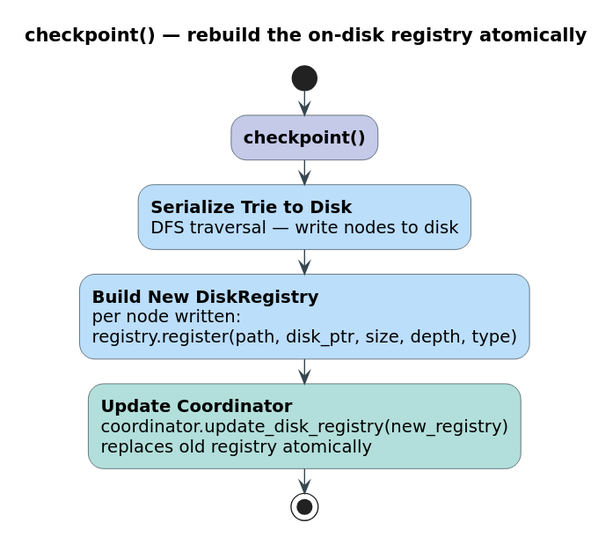
This is docs/diagrams/eviction-checkpoint-flow.svg from vinary-tree/libdictenstein, a PlantUML export, as it was before one commit. Its source is kept beside it as docs/diagrams/src/eviction-checkpoint-flow.puml.
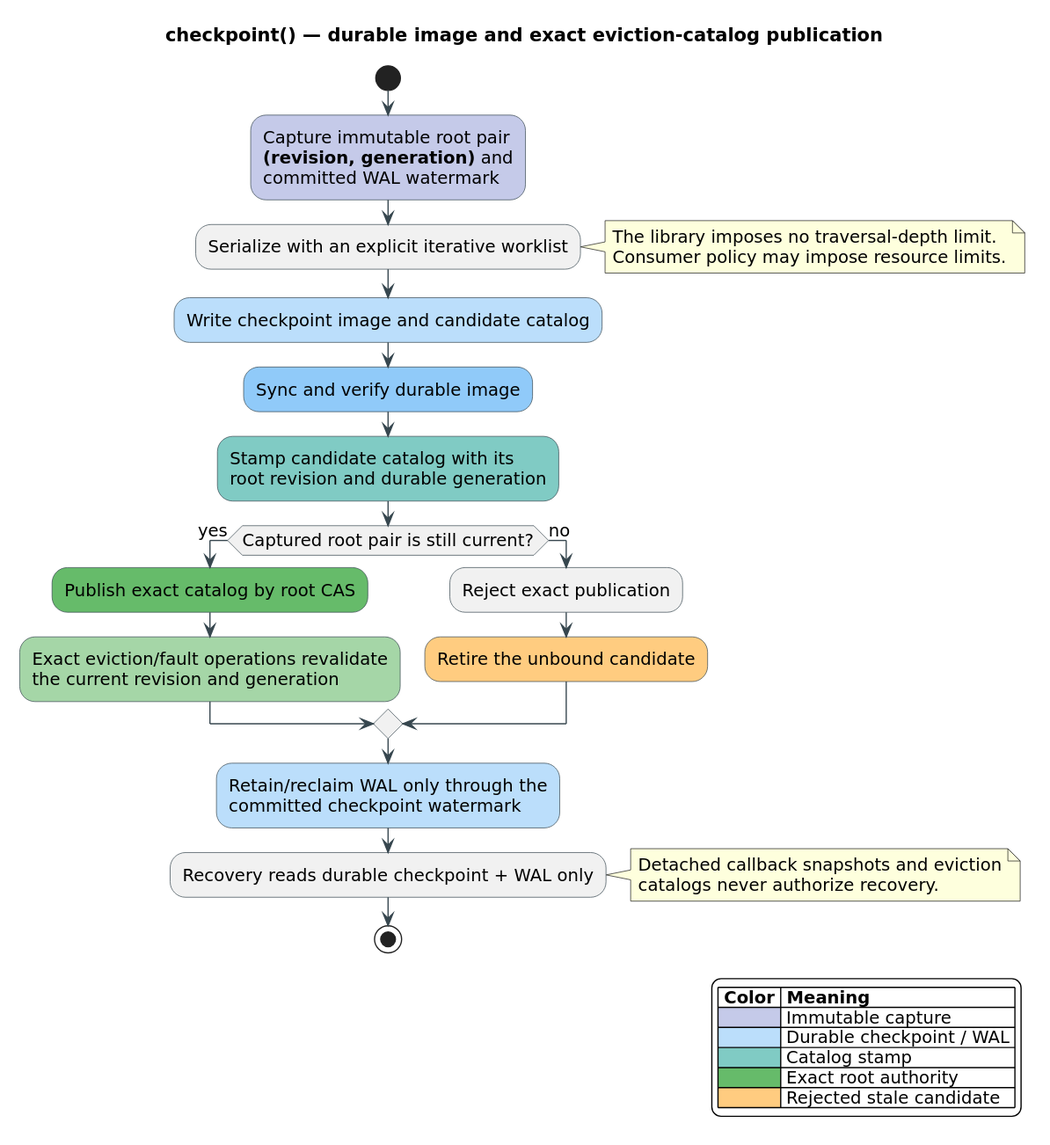
Above is the later version.

The edit, as a diff of the source:
```diff
@@ -7,12 +7,44 @@
 skinparam ActivityBorderColor #37474F
 skinparam TitleFontSize 15
 
-title checkpoint() — rebuild the on-disk registry atomically
+title checkpoint() — durable image and exact eviction-catalog publication
 
 start
-:**checkpoint()**;<<#C5CAE9>>
-:**Serialize Trie to Disk**\nDFS traversal — write nodes to disk;<<#BBDEFB>>
-:**Build New DiskRegistry**\nper node written:\nregistry.register(path, disk_ptr, size, depth, type);<<#BBDEFB>>
-:**Update Coordinator**\ncoordinator.update_disk_registry(new_registry)\nreplaces old registry atomically;<<#B2DFDB>>
+:Capture immutable root pair
+**(revision, generation)** and
+committed WAL watermark;<<#C5CAE9>>
+:Serialize with an explicit iterative worklist;
+note right
+  The library imposes no traversal-depth limit.
+  Consumer policy may impose resource limits.
+end note
+:Write checkpoint image and candidate catalog;<<#BBDEFB>>
+:Sync and verify durable image;<<#90CAF9>>
+:Stamp candidate catalog with its
+root revision and durable generation;<<#80CBC4>>
+if (Captured root pair is still current?) then (yes)
+  :Publish exact catalog by root CAS;<<#66BB6A>>
+  :Exact eviction/fault operations revalidate
+  the current revision and generation;<<#A5D6A7>>
+else (no)
+  :Reject exact publication;
+  :Retire the unbound candidate;<<#FFCC80>>
+endif
+:Retain/reclaim WAL only through the
+committed checkpoint watermark;<<#BBDEFB>>
+:Recovery reads durable checkpoint + WAL only;
+note right
+  Detached callback snapshots and eviction
+  catalogs never authorize recovery.
+end note
 stop
+
+legend right
+  |= Color |= Meaning |
+  |<#C5CAE9>| Immutable capture |
+  |<#BBDEFB>| Durable checkpoint / WAL |
+  |<#80CBC4>| Catalog stamp |
+  |<#66BB6A>| Exact root authority |
+  |<#FFCC80>| Rejected stale candidate |
+endlegend
 @enduml
```
